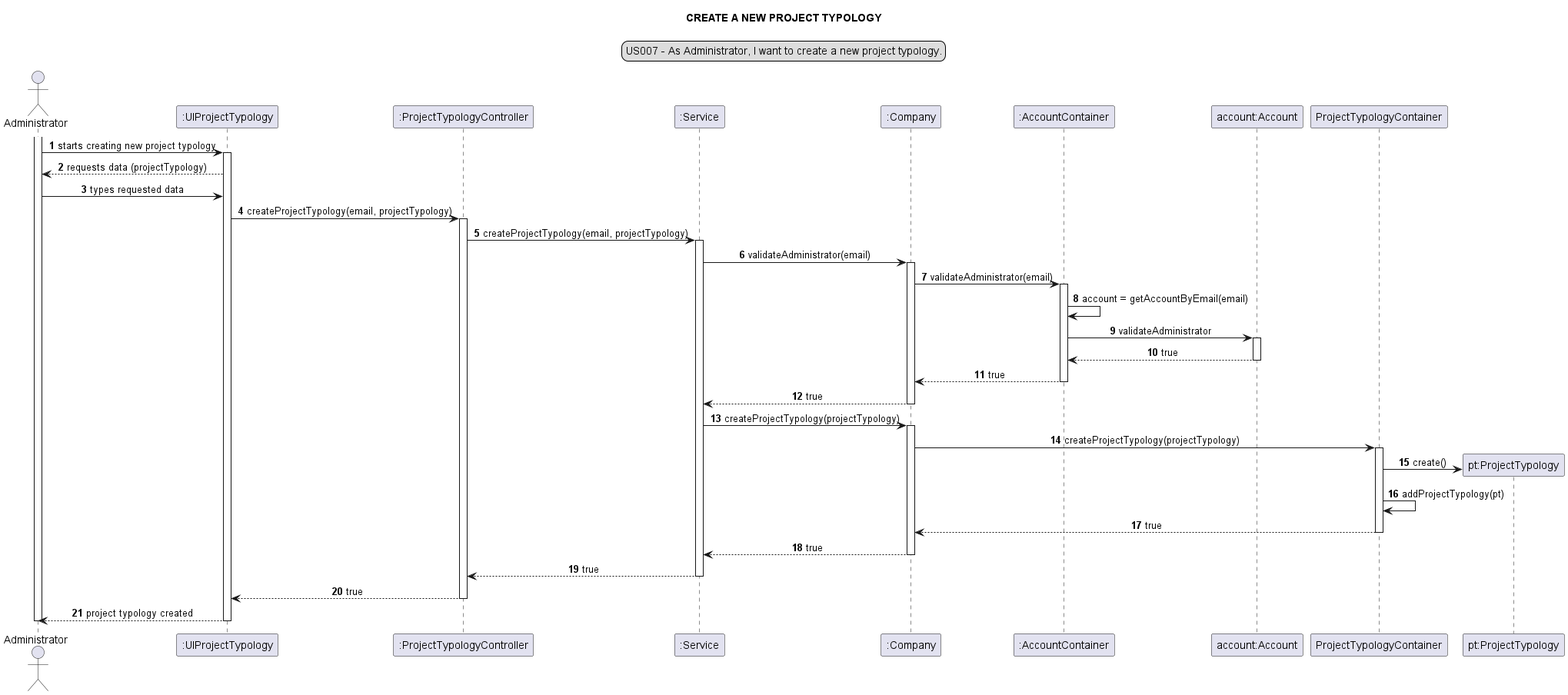
Earlier version of the PlantUML export docs/modelling_design/user_stories/sprint02/us007/US007_sequenceDiagram-CREATE_A_NEW_PROJECT_TYPOLOGY.png (Loracline/project_switch_22-23). Source of this version:
```plantuml
@startuml

autonumber
skinparam sequenceMessageAlign center
title CREATE A NEW PROJECT TYPOLOGY
legend top
US007 - As Administrator, I want to create a new project typology.
end legend

actor Administrator as a
participant ":UIProjectTypology" as ui
participant ":ProjectTypologyController" as ct
participant ":Service" as sv
participant ":Company" as c
participant ":AccountContainer" as acc
participant "account:Account" as ac
participant "ProjectTypologyContainer" as ptc
participant "pt:ProjectTypology" as pty


activate a
a -> ui: starts creating new project typology
activate ui
ui --> a: requests data (projectTypology)
a -> ui: types requested data
ui -> ct: createProjectTypology(email, projectTypology)
activate ct
ct -> sv: createProjectTypology(email, projectTypology)
activate sv
sv -> c: validateAdministrator(email)
activate c
c -> acc: validateAdministrator(email)
activate acc
acc -> acc: account = getAccountByEmail(email)
acc -> ac: validateAdministrator
activate ac
ac --> acc: true
deactivate ac
acc --> c: true
deactivate acc
c --> sv: true
deactivate c
sv -> c: createProjectTypology(projectTypology)
activate c
c -> ptc: createProjectTypology(projectTypology)
activate ptc
create pty
ptc -> pty: create()
ptc -> ptc: addProjectTypology(pt)
ptc --> c: true
deactivate ptc
c --> sv: true
deactivate c
sv --> ct: true
deactivate sv
ct --> ui: true
deactivate ct
ui --> a: project typology created
deactivate ui
deactivate a
@enduml
```
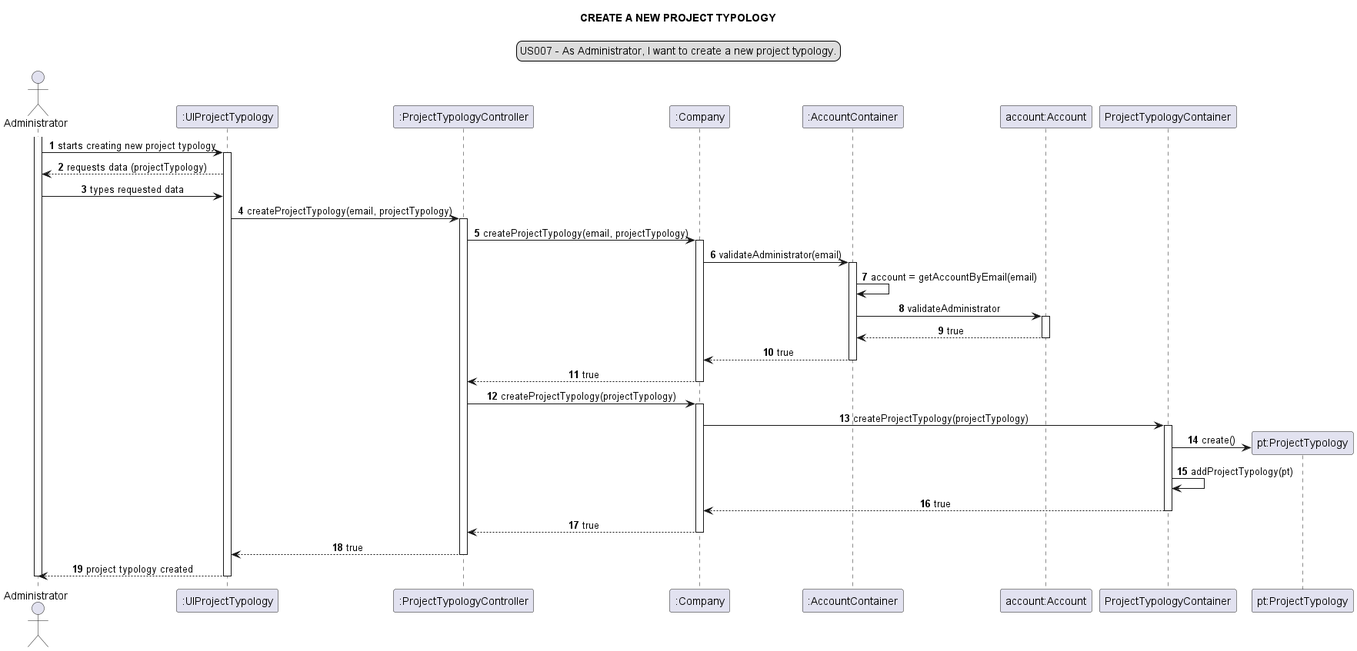
The same file after the commit.

Commit message:
US007: Development: Refinement of Class ProjectTypologyContainer and ProjectTypologyContainerTest. Design: Update SSD US007 and added the image US007_classDiagram, US_sequenceDiagram and SSD_US007

The edit, as a diff of the source:
```diff
@@ -10,7 +10,6 @@
 actor Administrator as a
 participant ":UIProjectTypology" as ui
 participant ":ProjectTypologyController" as ct
-participant ":Service" as sv
 participant ":Company" as c
 participant ":AccountContainer" as acc
 participant "account:Account" as ac
@@ -25,9 +24,7 @@
 a -> ui: types requested data
 ui -> ct: createProjectTypology(email, projectTypology)
 activate ct
-ct -> sv: createProjectTypology(email, projectTypology)
-activate sv
-sv -> c: validateAdministrator(email)
+ct -> c: createProjectTypology(email, projectTypology)
 activate c
 c -> acc: validateAdministrator(email)
 activate acc
@@ -38,9 +35,9 @@
 deactivate ac
 acc --> c: true
 deactivate acc
-c --> sv: true
+c --> ct: true
 deactivate c
-sv -> c: createProjectTypology(projectTypology)
+ct -> c: createProjectTypology(projectTypology)
 activate c
 c -> ptc: createProjectTypology(projectTypology)
 activate ptc
@@ -49,13 +46,12 @@
 ptc -> ptc: addProjectTypology(pt)
 ptc --> c: true
 deactivate ptc
-c --> sv: true
+c --> ct: true
 deactivate c
-sv --> ct: true
-deactivate sv
 ct --> ui: true
 deactivate ct
 ui --> a: project typology created
 deactivate ui
+
 deactivate a
 @enduml
```
